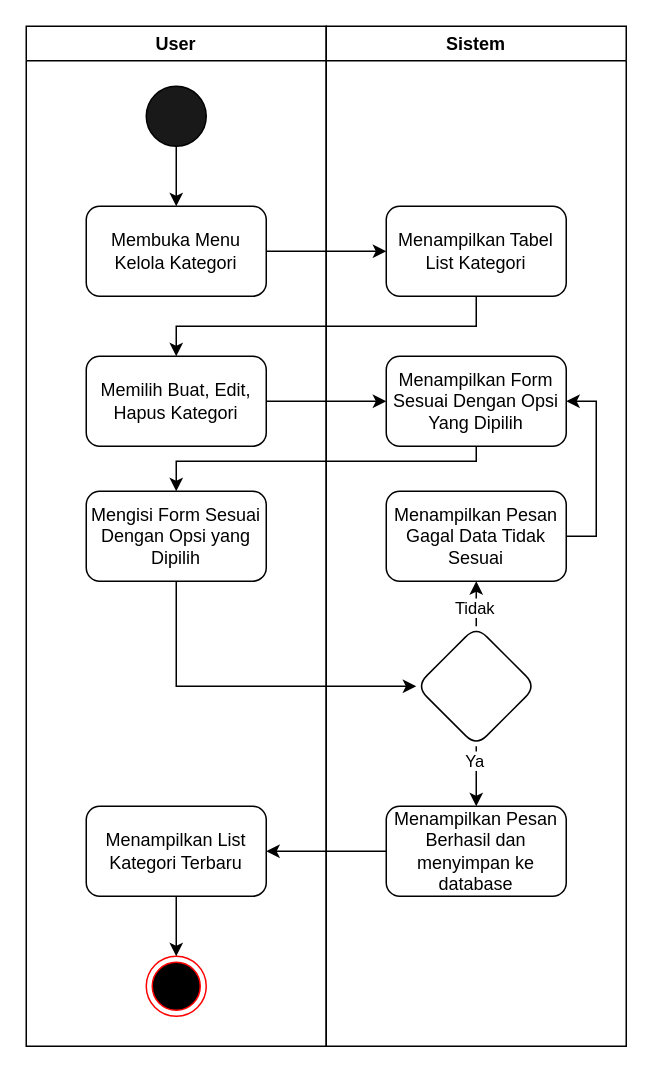
The draw.io diagram page "Kelola Kategori" (10 of 14) of Doc/UseCase/Feby-1.drawio in gustitriprayoga/sistem-umkm-feby, before the edit. Source tidied: cells renumbered, new cells numbered last; positions are measured from the earlier drawing's top-left corner, leaving out a move shared by most shapes. Both pictures are drawn from the tidied source at 150%, with x=0, y=0 at pixel (26, 26).
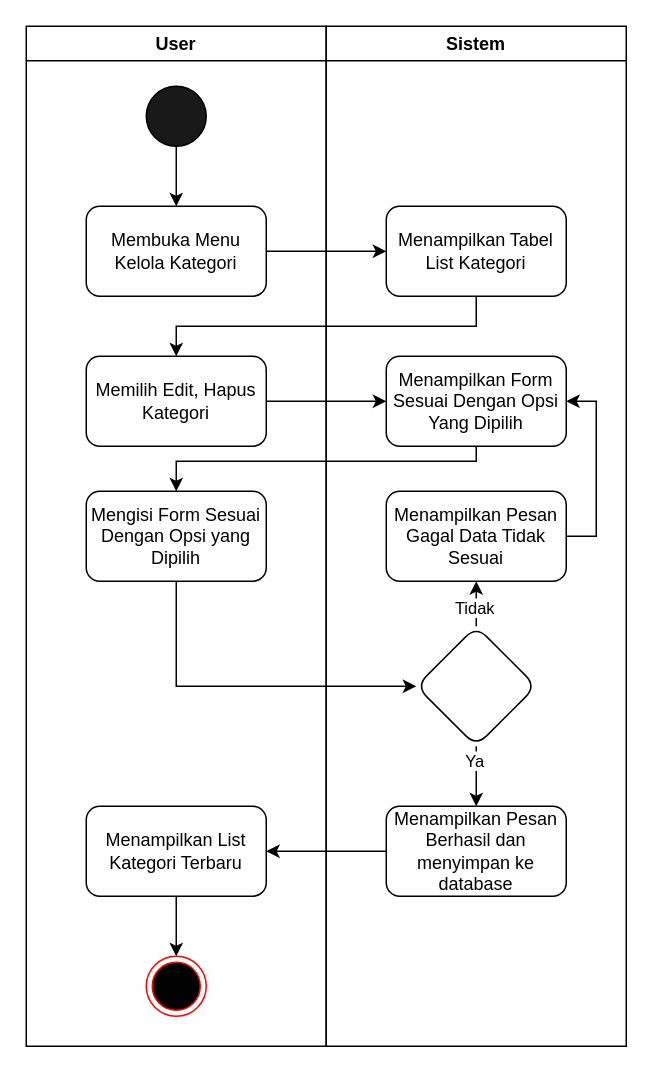
After the change.

What changed in the source:
```diff
@@
-    <mxCell id="10" value="Memilih Buat, Edit, Hapus Kategori" style="rounded=1;whiteSpace=wrap;html=1;" parent="1" vertex="1">
+    <mxCell id="10" value="Memilih Edit, Hapus Kategori" style="rounded=1;whiteSpace=wrap;html=1;" parent="1" vertex="1">
       <mxGeometry x="40" y="220" width="120" height="60" as="geometry" />
     </mxCell>
```
